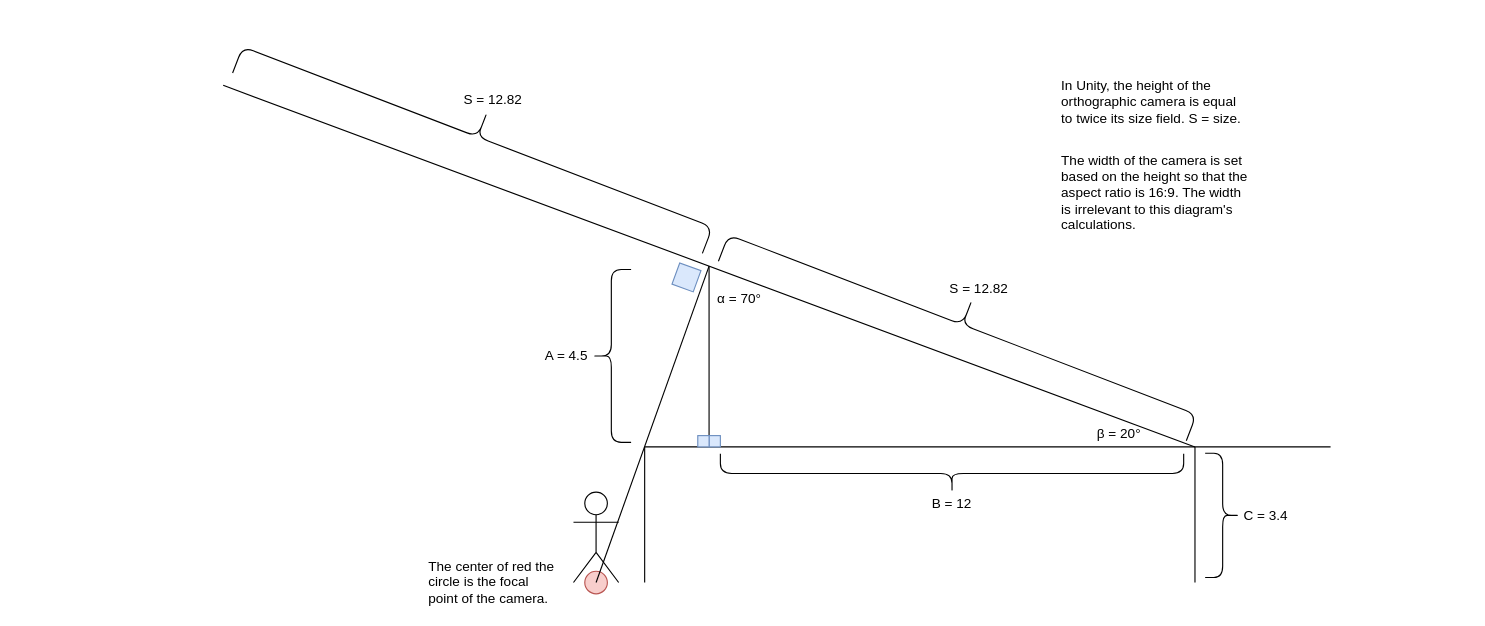
This is CameraMathDiagram.drawio from kvu787/ZoomTracks, a draw.io file, before an edit. Source tidied: cells renumbered, new cells numbered last; positions are measured from the earlier drawing's top-left corner, leaving out a move shared by most shapes. Both pictures are drawn from the tidied source at 113%, with x=0, y=0 at pixel (223, -115).
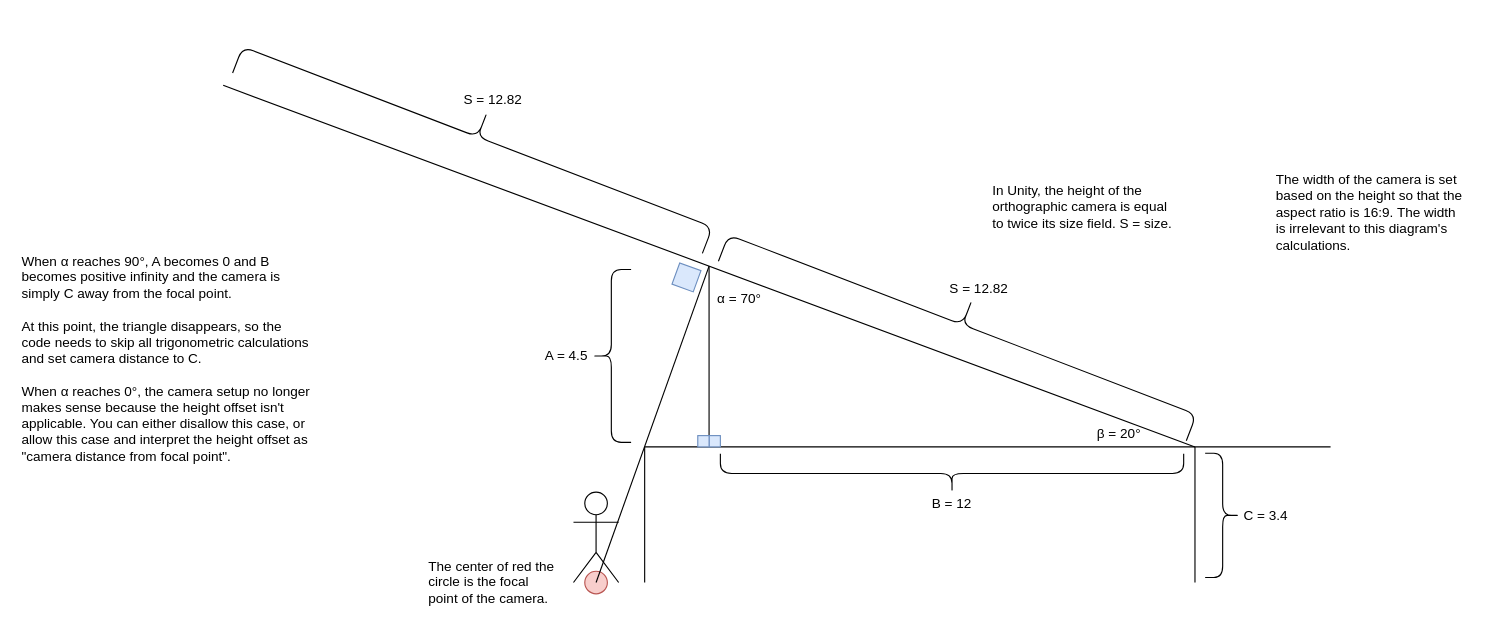
The same diagram, later.

What changed in the source:
```diff
@@
-    <mxCell id="13" value="In Unity, the height of the orthographic camera is equal to twice its size field. S = size." style="text;html=1;align=left;verticalAlign=middle;whiteSpace=wrap;rounded=0;" parent="1" vertex="1">
-      <mxGeometry x="740" y="167.1" width="170" height="50" as="geometry" />
+    <mxCell id="13" value="In Unity, the height of the orthographic camera is equal to twice its size field. S = size." style="text;html=1;align=left;verticalAlign=top;whiteSpace=wrap;rounded=0;" parent="1" vertex="1">
+      <mxGeometry x="679.2" y="257" width="170" height="70" as="geometry" />
     </mxCell>
@@
-    <mxCell id="27" value="The width of the camera is set based on the height so that the aspect ratio is 16:9. The width is irrelevant to this diagram's calculations." style="text;html=1;align=left;verticalAlign=middle;whiteSpace=wrap;rounded=0;" parent="1" vertex="1">
-      <mxGeometry x="740" y="247" width="170" height="50" as="geometry" />
+    <mxCell id="27" value="The width of the camera is set based on the height so that the aspect ratio is 16:9. The width is irrelevant to this diagram's calculations." style="text;html=1;align=left;verticalAlign=top;whiteSpace=wrap;rounded=0;" parent="1" vertex="1">
+      <mxGeometry x="930" y="247" width="170" height="100" as="geometry" />
     </mxCell>
+    <mxCell id="28" value="&lt;div style=&quot;&quot;&gt;&lt;span style=&quot;background-color: transparent; color: light-dark(rgb(0, 0, 0), rgb(255, 255, 255));&quot;&gt;When&amp;nbsp;&lt;/span&gt;&lt;span style=&quot;background-color: transparent; color: light-dark(rgb(0, 0, 0), rgb(255, 255, 255));&quot;&gt;α reaches 90&lt;/span&gt;&lt;span style=&quot;background-color: transparent; color: light-dark(rgb(0, 0, 0), rgb(255, 255, 255));&quot;&gt;°, A becomes 0 and B becomes positive infinity&lt;/span&gt;&lt;span style=&quot;background-color: transparent; color: light-dark(rgb(0, 0, 0), rgb(255, 255, 255));&quot;&gt;&amp;nbsp;and the camera is simply C away from the focal point.&lt;/span&gt;&lt;/div&gt;&lt;div&gt;&lt;span style=&quot;&quot;&gt;&lt;br&gt;&lt;/span&gt;&lt;/div&gt;&lt;div&gt;&lt;span style=&quot;&quot;&gt;At this point, the triangle disappears, so the code needs to skip all trigonometric calculations and set camera distance to C.&lt;/span&gt;&lt;/div&gt;&lt;div&gt;&lt;span style=&quot;&quot;&gt;&lt;br&gt;&lt;/span&gt;&lt;/div&gt;&lt;div&gt;&lt;span style=&quot;&quot;&gt;When α reaches 0°, the camera setup no longer makes sense because the height offset isn't applicable. You can either disallow this case, or allow this case and interpret the height offset as &quot;camera distance from focal point&quot;.&lt;/span&gt;&lt;/div&gt;" style="text;html=1;align=left;verticalAlign=top;whiteSpace=wrap;rounded=0;" parent="1" vertex="1">
+      <mxGeometry x="-180" y="319.4" width="260" height="217.6" as="geometry" />
+    </mxCell>
```
